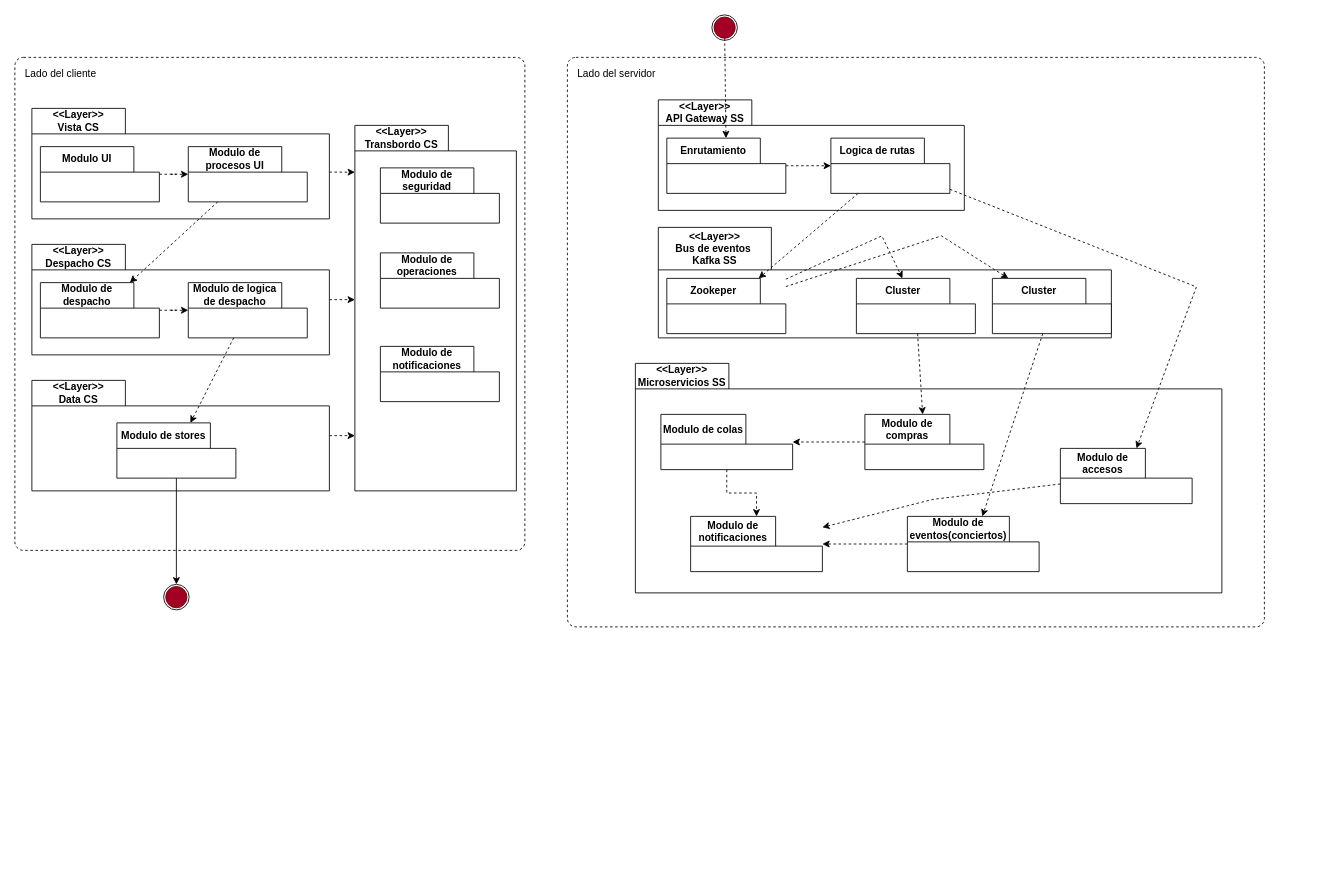
ulima-arqui241/grupo03 keeps this draw.io diagram as page "Diagrama de despliegue" (3 of 3) of s01-Grupo3-MusicFest/Proyecto/Imagenes/Drawio/Diagramas_iteraciones.drawio. Above is the earlier version. Source tidied: cells renumbered, new cells numbered last; positions are measured from the earlier drawing's top-left corner, leaving out a move shared by most shapes. Both pictures are drawn from the tidied source at 85%, with x=0, y=0 at pixel (14, 14).
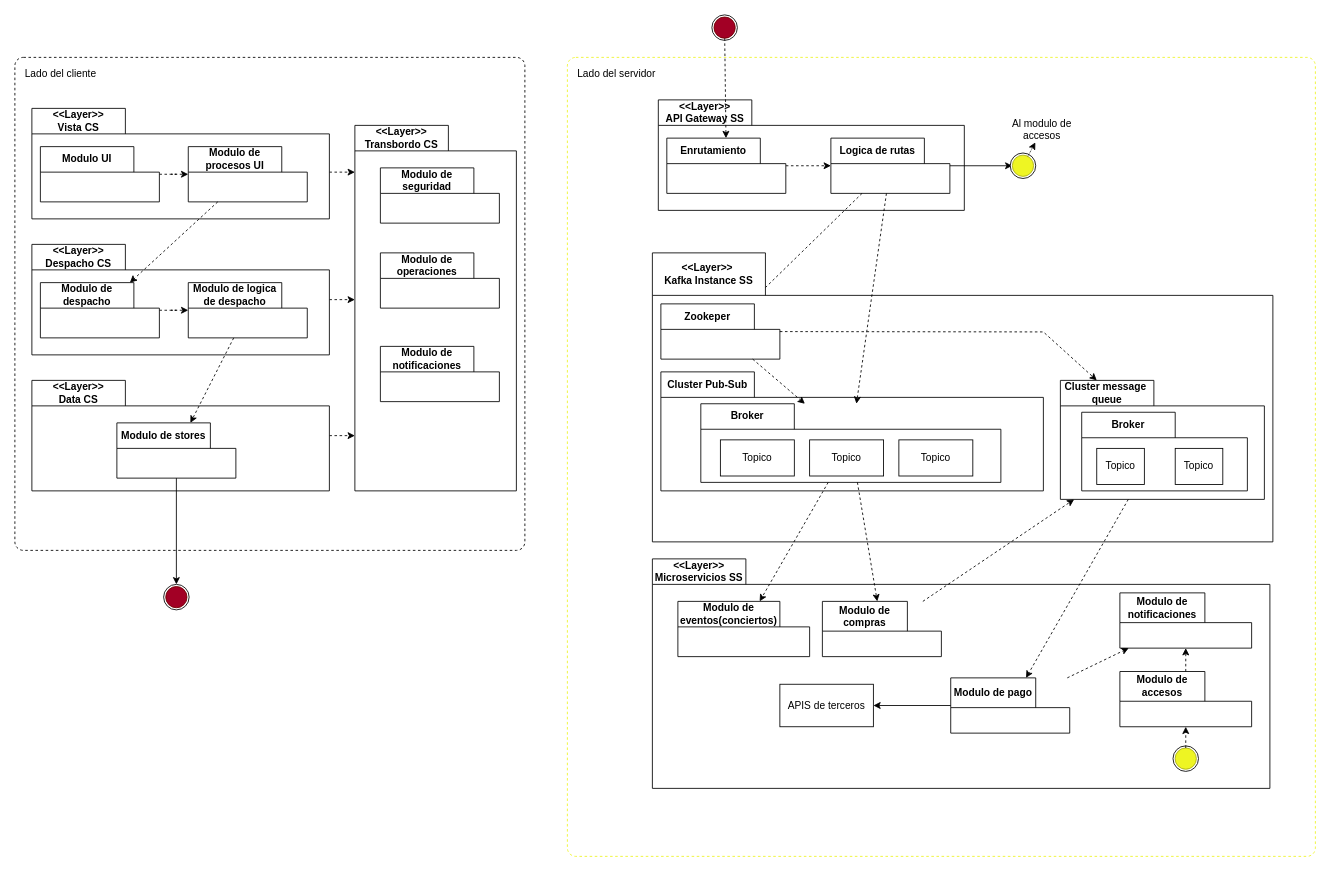
After the change.

Unchanged cells that the change refers to:
```xml
<mxCell id="36" style="ellipse;whiteSpace=wrap;html=1;fontStyle=1;fillColor=#a20025;strokeColor=#6F0000;fontColor=#ffffff;" parent="34" vertex="1">
  <mxGeometry x="2.5" y="2.5" width="25" height="25" as="geometry" />
</mxCell>
<mxCell id="40" value="Enrutamiento" style="shape=folder;fontStyle=1;tabWidth=110;tabHeight=30;tabPosition=left;html=1;boundedLbl=1;labelInHeader=1;whiteSpace=wrap;" parent="38" vertex="1">
  <mxGeometry x="10" y="45" width="140" height="65" as="geometry" />
</mxCell>
<mxCell id="42" value="Logica de rutas" style="shape=folder;fontStyle=1;tabWidth=110;tabHeight=30;tabPosition=left;html=1;boundedLbl=1;labelInHeader=1;whiteSpace=wrap;" parent="38" vertex="1">
  <mxGeometry x="203" y="45" width="140" height="65" as="geometry" />
</mxCell>
```

Change to the diagram source:
```diff
@@
+    <mxCell id="37" value="Lado del servidor" style="dashed=1;rounded=1;absoluteArcSize=1;arcSize=20;html=1;verticalAlign=top;align=left;spacingTop=5;spacingLeft=10;whiteSpace=wrap;strokeColor=#eef523;" parent="1" vertex="1">
+      <mxGeometry x="650" y="50" width="880" height="940" as="geometry" />
+    </mxCell>
@@
-    <mxCell id="37" value="Lado del servidor" style="dashed=1;rounded=1;absoluteArcSize=1;arcSize=20;html=1;verticalAlign=top;align=left;spacingTop=5;spacingLeft=10;whiteSpace=wrap;" parent="1" vertex="1">
-      <mxGeometry x="650" y="50" width="820" height="670" as="geometry" />
-    </mxCell>
@@
+    <mxCell id="68" style="rounded=0;jettySize=auto;html=1;dashed=1;" parent="1" edge="1" source="42" target="61">
+      <mxGeometry relative="1" as="geometry" />
+    </mxCell>
+    <mxCell id="72" style="rounded=0;jettySize=auto;html=1;dashed=1;" parent="1" edge="1" source="36" target="40">
+      <mxGeometry relative="1" as="geometry" />
+    </mxCell>
+    <mxCell id="59" value="&amp;lt;&amp;lt;Layer&amp;gt;&amp;gt;&lt;span style=&quot;background-color: initial;&quot;&gt;&amp;nbsp;&lt;/span&gt;&lt;div&gt;Kafka Instance SS&lt;/div&gt;" style="shape=folder;fontStyle=1;tabWidth=133;tabHeight=50;tabPosition=left;html=1;boundedLbl=1;labelInHeader=1;whiteSpace=wrap;" parent="1" vertex="1">
+      <mxGeometry x="750" y="280" width="730" height="340" as="geometry" />
+    </mxCell>
+    <mxCell id="73" value="Cluster Pub-Sub" style="shape=folder;fontStyle=1;tabWidth=110;tabHeight=30;tabPosition=left;html=1;boundedLbl=1;labelInHeader=1;whiteSpace=wrap;" parent="59" vertex="1">
+      <mxGeometry x="10" y="140" width="450" height="140" as="geometry" />
+    </mxCell>
+    <mxCell id="74" style="html=1;strokeColor=none;fillColor=none;whiteSpace=wrap;" parent="73" vertex="1">
+      <mxGeometry width="450" height="98" relative="1" as="geometry">
+        <mxPoint y="30" as="offset" />
+      </mxGeometry>
+    </mxCell>
+    <mxCell id="63" value="Broker" style="shape=folder;fontStyle=1;tabWidth=110;tabHeight=30;tabPosition=left;html=1;boundedLbl=1;labelInHeader=1;whiteSpace=wrap;" parent="73" vertex="1">
+      <mxGeometry x="47" y="37.5" width="353" height="92.5" as="geometry" />
+    </mxCell>
+    <mxCell id="64" style="html=1;strokeColor=none;fillColor=none;whiteSpace=wrap;" parent="63" vertex="1">
+      <mxGeometry width="353" height="64.75" relative="1" as="geometry">
+        <mxPoint y="30" as="offset" />
+      </mxGeometry>
+    </mxCell>
+    <mxCell id="75" value="Topico" style="html=1;align=center;verticalAlign=middle;dashed=0;whiteSpace=wrap;" parent="63" vertex="1">
+      <mxGeometry x="23" y="42.5" width="87" height="42.5" as="geometry" />
+    </mxCell>
+    <mxCell id="76" value="Topico" style="html=1;align=center;verticalAlign=middle;dashed=0;whiteSpace=wrap;" parent="63" vertex="1">
+      <mxGeometry x="128" y="42.5" width="87" height="42.5" as="geometry" />
+    </mxCell>
+    <mxCell id="77" value="Topico" style="html=1;align=center;verticalAlign=middle;dashed=0;whiteSpace=wrap;" parent="63" vertex="1">
+      <mxGeometry x="233" y="42.5" width="87" height="42.5" as="geometry" />
+    </mxCell>
+    <mxCell id="61" value="Zookeper" style="shape=folder;fontStyle=1;tabWidth=110;tabHeight=30;tabPosition=left;html=1;boundedLbl=1;labelInHeader=1;whiteSpace=wrap;" parent="59" vertex="1">
+      <mxGeometry x="10" y="60" width="140" height="65" as="geometry" />
+    </mxCell>
+    <mxCell id="62" style="html=1;strokeColor=none;fillColor=none;whiteSpace=wrap;" parent="61" vertex="1">
+      <mxGeometry width="140" height="45.5" relative="1" as="geometry">
+        <mxPoint y="30" as="offset" />
+      </mxGeometry>
+    </mxCell>
+    <mxCell id="65" style="rounded=0;jettySize=auto;html=1;dashed=1;" parent="59" edge="1" source="61" target="63">
+      <mxGeometry relative="1" as="geometry" />
+    </mxCell>
+    <mxCell id="78" value="Cluster message&amp;nbsp;&lt;div&gt;queue&lt;/div&gt;" style="shape=folder;fontStyle=1;tabWidth=110;tabHeight=30;tabPosition=left;html=1;boundedLbl=1;labelInHeader=1;whiteSpace=wrap;" parent="59" vertex="1">
+      <mxGeometry x="480" y="150" width="240" height="140" as="geometry" />
+    </mxCell>
+    <mxCell id="79" style="html=1;strokeColor=none;fillColor=none;whiteSpace=wrap;" parent="78" vertex="1">
+      <mxGeometry width="180" height="98" relative="1" as="geometry">
+        <mxPoint y="30" as="offset" />
+      </mxGeometry>
+    </mxCell>
+    <mxCell id="80" value="Broker" style="shape=folder;fontStyle=1;tabWidth=110;tabHeight=30;tabPosition=left;html=1;boundedLbl=1;labelInHeader=1;whiteSpace=wrap;" parent="78" vertex="1">
+      <mxGeometry x="25.1" y="37.5" width="194.9" height="92.5" as="geometry" />
+    </mxCell>
+    <mxCell id="81" style="html=1;strokeColor=none;fillColor=none;whiteSpace=wrap;" parent="80" vertex="1">
+      <mxGeometry width="149.1" height="64.75" relative="1" as="geometry">
+        <mxPoint y="30" as="offset" />
+      </mxGeometry>
+    </mxCell>
+    <mxCell id="82" value="Topico" style="html=1;align=center;verticalAlign=middle;dashed=0;whiteSpace=wrap;" parent="80" vertex="1">
+      <mxGeometry x="17.7" y="42.5" width="56" height="42.5" as="geometry" />
+    </mxCell>
+    <mxCell id="83" value="Topico" style="html=1;align=center;verticalAlign=middle;dashed=0;whiteSpace=wrap;" parent="80" vertex="1">
+      <mxGeometry x="110" y="42.5" width="56" height="42.5" as="geometry" />
+    </mxCell>
+    <mxCell id="84" style="rounded=0;jettySize=auto;html=1;dashed=1;" parent="59" edge="1" source="61" target="78">
+      <mxGeometry relative="1" as="geometry">
+        <Array as="points">
+          <mxPoint x="460" y="93" />
+        </Array>
+      </mxGeometry>
+    </mxCell>
+    <mxCell id="85" style="rounded=0;jettySize=auto;html=1;dashed=1;" parent="1" edge="1" source="42" target="63">
+      <mxGeometry relative="1" as="geometry" />
+    </mxCell>
+    <mxCell id="86" style="edgeStyle=orthogonalEdgeStyle;rounded=0;jettySize=auto;html=1;" parent="1" edge="1" source="42" target="89">
+      <mxGeometry relative="1" as="geometry" />
+    </mxCell>
+    <mxCell id="87" style="group;" parent="1" vertex="1">
+      <mxGeometry x="1171" y="162.5" width="30" height="30" as="geometry" />
+    </mxCell>
+    <mxCell id="88" style="ellipse;whiteSpace=wrap;html=1;fontStyle=1;" parent="87" vertex="1">
+      <mxGeometry width="30" height="30" as="geometry" />
+    </mxCell>
+    <mxCell id="89" style="ellipse;whiteSpace=wrap;html=1;fontStyle=1;fillColor=#EEF523;strokeColor=#A8AD19;fontColor=#ffffff;" parent="87" vertex="1">
+      <mxGeometry x="2.5" y="2.5" width="25" height="25" as="geometry" />
+    </mxCell>
+    <mxCell id="90" style="group;" parent="1" vertex="1">
+      <mxGeometry x="750" y="640" width="726.5" height="270" as="geometry" />
+    </mxCell>
-    <mxCell id="44" value="&amp;lt;&amp;lt;Layer&amp;gt;&amp;gt;&lt;div&gt;Microservicios SS&lt;/div&gt;" style="shape=folder;fontStyle=1;tabWidth=110;tabHeight=30;tabPosition=left;html=1;boundedLbl=1;labelInHeader=1;whiteSpace=wrap;" parent="1" vertex="1">
-      <mxGeometry x="730" y="410" width="690" height="270" as="geometry" />
+    <mxCell id="44" value="&amp;lt;&amp;lt;Layer&amp;gt;&amp;gt;&lt;div&gt;Microservicios SS&lt;/div&gt;" style="shape=folder;fontStyle=1;tabWidth=110;tabHeight=30;tabPosition=left;html=1;boundedLbl=1;labelInHeader=1;whiteSpace=wrap;" parent="90" vertex="1">
+      <mxGeometry width="726.5" height="270" as="geometry" />
     </mxCell>
-    <mxCell id="45" value="Modulo de notificaciones" style="shape=folder;fontStyle=1;tabWidth=100;tabHeight=35;tabPosition=left;html=1;boundedLbl=1;labelInHeader=1;whiteSpace=wrap;" parent="44" vertex="1">
-      <mxGeometry x="65" y="180" width="155" height="65" as="geometry" />
+    <mxCell id="45" value="Modulo de notificaciones" style="shape=folder;fontStyle=1;tabWidth=100;tabHeight=35;tabPosition=left;html=1;boundedLbl=1;labelInHeader=1;whiteSpace=wrap;" parent="90" vertex="1">
+      <mxGeometry x="550" y="40" width="155" height="65" as="geometry" />
     </mxCell>
@@
-    <mxCell id="47" value="Modulo de compras" style="shape=folder;fontStyle=1;tabWidth=100;tabHeight=35;tabPosition=left;html=1;boundedLbl=1;labelInHeader=1;whiteSpace=wrap;" parent="44" vertex="1">
-      <mxGeometry x="270" y="60" width="140" height="65" as="geometry" />
+    <mxCell id="47" value="Modulo de compras" style="shape=folder;fontStyle=1;tabWidth=100;tabHeight=35;tabPosition=left;html=1;boundedLbl=1;labelInHeader=1;whiteSpace=wrap;" parent="90" vertex="1">
+      <mxGeometry x="200" y="50" width="140" height="65" as="geometry" />
     </mxCell>
@@
-    <mxCell id="49" style="rounded=0;jettySize=auto;html=1;dashed=1;" parent="44" edge="1" source="50" target="45">
-      <mxGeometry relative="1" as="geometry" />
-    </mxCell>
-    <mxCell id="50" value="Modulo de eventos(conciertos)" style="shape=folder;fontStyle=1;tabWidth=120;tabHeight=30;tabPosition=left;html=1;boundedLbl=1;labelInHeader=1;whiteSpace=wrap;" parent="44" vertex="1">
-      <mxGeometry x="320" y="180" width="155" height="65" as="geometry" />
+    <mxCell id="50" value="Modulo de eventos(conciertos)" style="shape=folder;fontStyle=1;tabWidth=120;tabHeight=30;tabPosition=left;html=1;boundedLbl=1;labelInHeader=1;whiteSpace=wrap;" parent="90" vertex="1">
+      <mxGeometry x="30" y="50" width="155" height="65" as="geometry" />
     </mxCell>
@@
-    <mxCell id="52" value="Modulo de accesos" style="shape=folder;fontStyle=1;tabWidth=100;tabHeight=35;tabPosition=left;html=1;boundedLbl=1;labelInHeader=1;whiteSpace=wrap;" parent="44" vertex="1">
-      <mxGeometry x="500" y="100" width="155" height="65" as="geometry" />
+    <mxCell id="52" value="Modulo de accesos" style="shape=folder;fontStyle=1;tabWidth=100;tabHeight=35;tabPosition=left;html=1;boundedLbl=1;labelInHeader=1;whiteSpace=wrap;" parent="90" vertex="1">
+      <mxGeometry x="550" y="132.5" width="155" height="65" as="geometry" />
     </mxCell>
@@
+    <mxCell id="91" style="group;" parent="90" vertex="1">
+      <mxGeometry x="612.5" y="220" width="30" height="30" as="geometry" />
+    </mxCell>
+    <mxCell id="92" style="ellipse;whiteSpace=wrap;html=1;fontStyle=1;" parent="91" vertex="1">
+      <mxGeometry width="30" height="30" as="geometry" />
+    </mxCell>
+    <mxCell id="93" style="ellipse;whiteSpace=wrap;html=1;fontStyle=1;fillColor=#EEF523;strokeColor=#A8AD19;fontColor=#ffffff;" parent="91" vertex="1">
+      <mxGeometry x="2.5" y="2.5" width="25" height="25" as="geometry" />
+    </mxCell>
+    <mxCell id="94" style="rounded=0;jettySize=auto;html=1;dashed=1;" parent="90" edge="1" source="93" target="52">
+      <mxGeometry relative="1" as="geometry" />
+    </mxCell>
-    <mxCell id="54" style="rounded=0;jettySize=auto;html=1;dashed=1;" parent="44" edge="1" source="52" target="45">
-      <mxGeometry relative="1" as="geometry">
-        <Array as="points">
-          <mxPoint x="350" y="160" />
-        </Array>
-      </mxGeometry>
+    <mxCell id="54" style="rounded=0;jettySize=auto;html=1;dashed=1;" parent="90" edge="1" source="52" target="45">
+      <mxGeometry relative="1" as="geometry" />
     </mxCell>
-    <mxCell id="55" value="Modulo de colas" style="shape=folder;fontStyle=1;tabWidth=100;tabHeight=35;tabPosition=left;html=1;boundedLbl=1;labelInHeader=1;whiteSpace=wrap;" parent="44" vertex="1">
-      <mxGeometry x="30" y="60" width="155" height="65" as="geometry" />
-    </mxCell>
-    <mxCell id="56" style="html=1;strokeColor=none;fillColor=none;whiteSpace=wrap;" parent="55" vertex="1">
-      <mxGeometry width="155" height="45.5" relative="1" as="geometry">
-        <mxPoint y="30" as="offset" />
-      </mxGeometry>
-    </mxCell>
-    <mxCell id="57" style="rounded=0;jettySize=auto;html=1;dashed=1;" parent="44" edge="1" source="47" target="55">
-      <mxGeometry relative="1" as="geometry" />
-    </mxCell>
-    <mxCell id="58" style="edgeStyle=orthogonalEdgeStyle;rounded=0;jettySize=auto;html=1;dashed=1;" parent="44" edge="1" source="55" target="45">
-      <mxGeometry relative="1" as="geometry" />
-    </mxCell>
-    <mxCell id="59" value="&amp;lt;&amp;lt;Layer&amp;gt;&amp;gt;&lt;div&gt;Bus de eventos&amp;nbsp;&lt;/div&gt;&lt;div&gt;Kafka SS&lt;/div&gt;" style="shape=folder;fontStyle=1;tabWidth=133;tabHeight=50;tabPosition=left;html=1;boundedLbl=1;labelInHeader=1;whiteSpace=wrap;" parent="1" vertex="1">
-      <mxGeometry x="757" y="250" width="533" height="130" as="geometry" />
-    </mxCell>
-    <mxCell id="60" style="rounded=0;jettySize=auto;html=1;dashed=1;" parent="59" edge="1" source="61" target="66">
-      <mxGeometry relative="1" as="geometry">
-        <Array as="points">
-          <mxPoint x="333" y="10" />
-        </Array>
-      </mxGeometry>
-    </mxCell>
-    <mxCell id="61" value="Zookeper" style="shape=folder;fontStyle=1;tabWidth=110;tabHeight=30;tabPosition=left;html=1;boundedLbl=1;labelInHeader=1;whiteSpace=wrap;" parent="59" vertex="1">
-      <mxGeometry x="10" y="60" width="140" height="65" as="geometry" />
-    </mxCell>
-    <mxCell id="62" style="html=1;strokeColor=none;fillColor=none;whiteSpace=wrap;" parent="61" vertex="1">
-      <mxGeometry width="140" height="45.5" relative="1" as="geometry">
-        <mxPoint y="30" as="offset" />
-      </mxGeometry>
-    </mxCell>
-    <mxCell id="63" value="Cluster" style="shape=folder;fontStyle=1;tabWidth=110;tabHeight=30;tabPosition=left;html=1;boundedLbl=1;labelInHeader=1;whiteSpace=wrap;" parent="59" vertex="1">
-      <mxGeometry x="233" y="60" width="140" height="65" as="geometry" />
-    </mxCell>
-    <mxCell id="64" style="html=1;strokeColor=none;fillColor=none;whiteSpace=wrap;" parent="63" vertex="1">
-      <mxGeometry width="140" height="45.5" relative="1" as="geometry">
-        <mxPoint y="30" as="offset" />
-      </mxGeometry>
-    </mxCell>
-    <mxCell id="65" style="rounded=0;jettySize=auto;html=1;dashed=1;" parent="59" edge="1" source="61" target="63">
-      <mxGeometry relative="1" as="geometry">
-        <Array as="points">
-          <mxPoint x="263" y="10" />
-        </Array>
-      </mxGeometry>
-    </mxCell>
-    <mxCell id="66" value="Cluster" style="shape=folder;fontStyle=1;tabWidth=110;tabHeight=30;tabPosition=left;html=1;boundedLbl=1;labelInHeader=1;whiteSpace=wrap;" parent="59" vertex="1">
-      <mxGeometry x="393" y="60" width="140" height="65" as="geometry" />
-    </mxCell>
-    <mxCell id="67" style="html=1;strokeColor=none;fillColor=none;whiteSpace=wrap;" parent="66" vertex="1">
-      <mxGeometry width="140" height="45.5" relative="1" as="geometry">
-        <mxPoint y="30" as="offset" />
-      </mxGeometry>
-    </mxCell>
-    <mxCell id="68" style="rounded=0;jettySize=auto;html=1;dashed=1;" parent="1" edge="1" source="42" target="61">
-      <mxGeometry relative="1" as="geometry" />
-    </mxCell>
-    <mxCell id="69" style="rounded=0;jettySize=auto;html=1;dashed=1;elbow=vertical;" parent="1" edge="1" source="42" target="52">
-      <mxGeometry relative="1" as="geometry">
-        <Array as="points">
-          <mxPoint x="1390" y="320" />
-        </Array>
-      </mxGeometry>
-    </mxCell>
+    <mxCell id="95" value="Modulo de pago" style="shape=folder;fontStyle=1;tabWidth=100;tabHeight=35;tabPosition=left;html=1;boundedLbl=1;labelInHeader=1;whiteSpace=wrap;" parent="90" vertex="1">
+      <mxGeometry x="351" y="140" width="140" height="65" as="geometry" />
+    </mxCell>
+    <mxCell id="96" style="html=1;strokeColor=none;fillColor=none;whiteSpace=wrap;" parent="95" vertex="1">
+      <mxGeometry width="140" height="45.5" relative="1" as="geometry">
+        <mxPoint y="30" as="offset" />
+      </mxGeometry>
+    </mxCell>
+    <mxCell id="97" value="APIS de terceros" style="html=1;whiteSpace=wrap;" parent="90" vertex="1">
+      <mxGeometry x="150" y="147.5" width="110" height="50" as="geometry" />
+    </mxCell>
+    <mxCell id="98" style="edgeStyle=orthogonalEdgeStyle;rounded=0;jettySize=auto;html=1;" parent="90" edge="1" source="95" target="97">
+      <mxGeometry relative="1" as="geometry" />
+    </mxCell>
+    <mxCell id="99" style="rounded=0;jettySize=auto;html=1;dashed=1;" parent="90" edge="1" source="95" target="45">
+      <mxGeometry relative="1" as="geometry" />
+    </mxCell>
@@
-    <mxCell id="71" style="rounded=0;jettySize=auto;html=1;dashed=1;" parent="1" edge="1" source="66" target="50">
+    <mxCell id="71" style="rounded=0;jettySize=auto;html=1;dashed=1;" parent="1" edge="1" source="63" target="50">
       <mxGeometry relative="1" as="geometry" />
     </mxCell>
-    <mxCell id="72" style="rounded=0;jettySize=auto;html=1;dashed=1;" parent="1" edge="1" source="36" target="40">
-      <mxGeometry relative="1" as="geometry" />
-    </mxCell>
+    <mxCell id="100" style="rounded=0;jettySize=auto;html=1;dashed=1;" parent="1" edge="1" source="47" target="78">
+      <mxGeometry relative="1" as="geometry" />
+    </mxCell>
+    <mxCell id="101" style="rounded=0;jettySize=auto;html=1;dashed=1;" parent="1" edge="1" source="78" target="95">
+      <mxGeometry relative="1" as="geometry" />
+    </mxCell>
+    <mxCell id="102" value="Al modulo de accesos" style="text;html=1;align=center;verticalAlign=middle;whiteSpace=wrap;rounded=0;" parent="1" vertex="1">
+      <mxGeometry x="1160" y="120" width="97" height="30" as="geometry" />
+    </mxCell>
+    <mxCell id="103" style="rounded=0;jettySize=auto;html=1;dashed=1;dashPattern=1 1;" parent="1" edge="1" source="89" target="102">
+      <mxGeometry relative="1" as="geometry" />
+    </mxCell>
```
